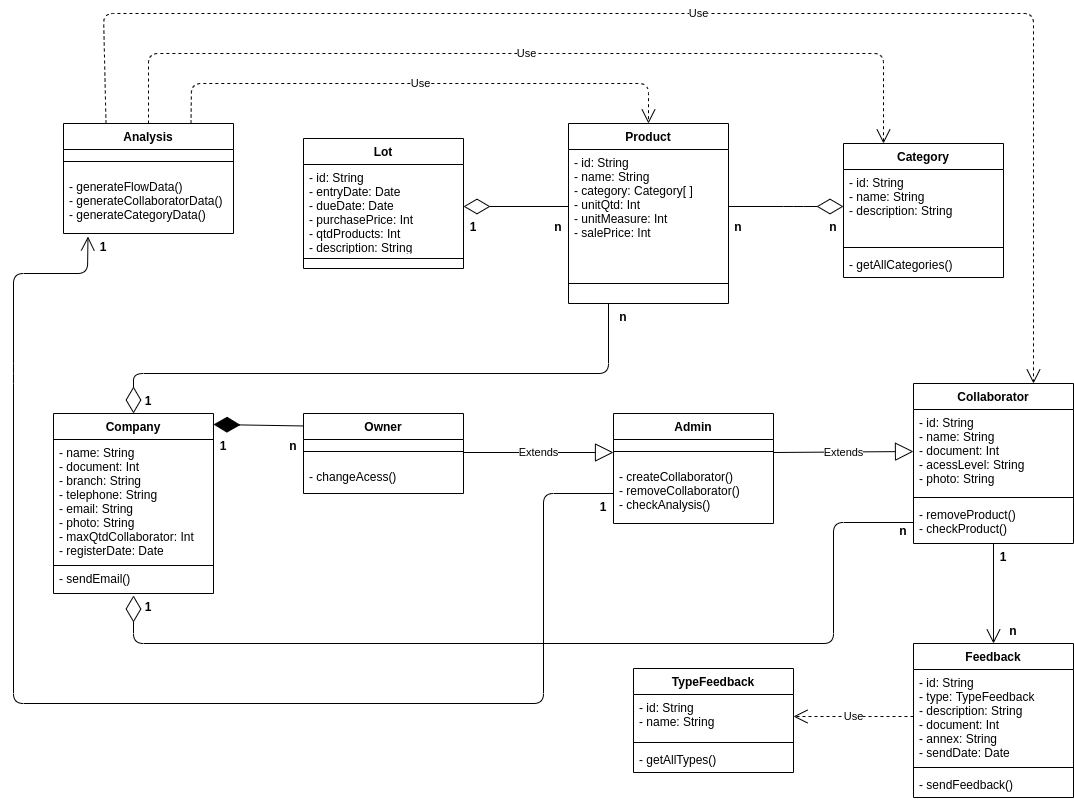
UnBArqDsw/2020.1_G12_Stock keeps this draw.io diagram as docs/assets/diagramas/DiagramaClasses.png. Above is the earlier version. Source tidied: cells renumbered, new cells last; positions are measured from the earlier drawing's top-left corner, leaving out a move shared by most shapes.
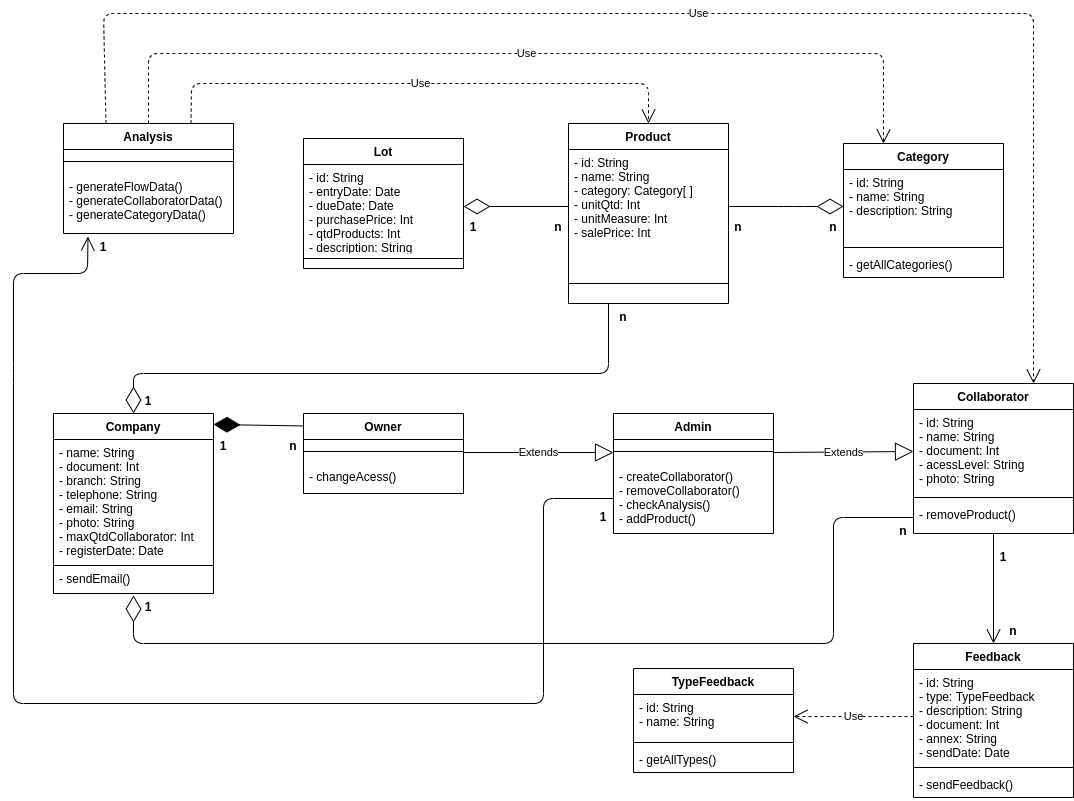
Above is the later version.

Commit message:
#85 Add pdf files of diagrams, update planning sprint 4 and omnistock

What changed in the source:
```diff
@@ -91,13 +91,13 @@
       </mxGeometry>
     </mxCell>
     <mxCell id="25" value="Admin" style="swimlane;fontStyle=1;align=center;verticalAlign=top;horizontal=1;startSize=26;strokeColor=#000000;" parent="1" vertex="1">
-      <mxGeometry x="600" y="400" width="160" height="110" as="geometry" />
+      <mxGeometry x="600" y="400" width="160" height="120" as="geometry" />
     </mxCell>
     <mxCell id="26" style="line;strokeWidth=1;fillColor=none;align=left;verticalAlign=middle;spacingTop=-1;spacingLeft=3;spacingRight=3;labelPosition=right;" parent="25" vertex="1">
       <mxGeometry y="26" width="160" height="24" as="geometry" />
     </mxCell>
-    <mxCell id="27" value="- createCollaborator()&#10;- removeCollaborator()&#10;- checkAnalysis()" style="text;strokeColor=none;fillColor=none;align=left;verticalAlign=top;spacingLeft=4;spacingRight=4;overflow=hidden;points=[[0,0.5],[1,0.5]];portConstraint=eastwest;" parent="25" vertex="1">
-      <mxGeometry y="50" width="160" height="60" as="geometry" />
+    <mxCell id="27" value="- createCollaborator()&#10;- removeCollaborator()&#10;- checkAnalysis()&#10;- addProduct()" style="text;strokeColor=none;fillColor=none;align=left;verticalAlign=top;spacingLeft=4;spacingRight=4;overflow=hidden;points=[[0,0.5],[1,0.5]];portConstraint=eastwest;" parent="25" vertex="1">
+      <mxGeometry y="50" width="160" height="70" as="geometry" />
     </mxCell>
     <mxCell id="28" style="endArrow=open;endFill=1;endSize=12;html=1;entryX=0.5;entryY=0;entryDx=0;entryDy=0;" parent="1" edge="1" source="42" target="51">
       <mxGeometry relative="1" as="geometry" />
@@ -129,7 +129,7 @@
     <mxCell id="37" style="endArrow=open;endFill=1;endSize=12;html=1;exitX=0;exitY=0.5;exitDx=0;exitDy=0;entryX=0.144;entryY=1.05;entryDx=0;entryDy=0;entryPerimeter=0;" parent="1" edge="1" source="27" target="46">
       <mxGeometry relative="1" as="geometry">
         <Array as="points">
-          <mxPoint x="530" y="480" />
+          <mxPoint x="530" y="485" />
           <mxPoint x="530" y="690" />
           <mxPoint y="690" />
           <mxPoint y="360" />
@@ -142,7 +142,7 @@
       <mxGeometry x="80" y="220" width="20" height="26" as="geometry" />
     </mxCell>
     <mxCell id="39" value="Collaborator" style="swimlane;fontStyle=1;align=center;verticalAlign=top;horizontal=1;startSize=26;strokeColor=#000000;" parent="1" vertex="1">
-      <mxGeometry x="900" y="370" width="160" height="160" as="geometry" />
+      <mxGeometry x="900" y="370" width="160" height="150" as="geometry" />
     </mxCell>
     <mxCell id="40" value="- id: String&#10;- name: String&#10;- document: Int&#10;- acessLevel: String&#10;- photo: String&#10;" style="text;strokeColor=none;fillColor=none;align=left;verticalAlign=top;spacingLeft=4;spacingRight=4;overflow=hidden;points=[[0,0.5],[1,0.5]];portConstraint=eastwest;" parent="39" vertex="1">
       <mxGeometry y="26" width="160" height="84" as="geometry" />
@@ -150,8 +150,8 @@
     <mxCell id="41" style="line;strokeWidth=1;fillColor=none;align=left;verticalAlign=middle;spacingTop=-1;spacingLeft=3;spacingRight=3;labelPosition=right;" parent="39" vertex="1">
       <mxGeometry y="110" width="160" height="8" as="geometry" />
     </mxCell>
-    <mxCell id="42" value="- removeProduct()&#10;- checkProduct()" style="text;strokeColor=none;fillColor=none;align=left;verticalAlign=top;spacingLeft=4;spacingRight=4;overflow=hidden;points=[[0,0.5],[1,0.5]];portConstraint=eastwest;fontStyle=0;" parent="39" vertex="1">
-      <mxGeometry y="118" width="160" height="42" as="geometry" />
+    <mxCell id="42" value="- removeProduct()&#10;" style="text;strokeColor=none;fillColor=none;align=left;verticalAlign=top;spacingLeft=4;spacingRight=4;overflow=hidden;points=[[0,0.5],[1,0.5]];portConstraint=eastwest;fontStyle=0;" parent="39" vertex="1">
+      <mxGeometry y="118" width="160" height="32" as="geometry" />
     </mxCell>
     <mxCell id="43" value="Use" style="endArrow=open;endSize=12;dashed=1;html=1;exitX=0.25;exitY=0;exitDx=0;exitDy=0;entryX=0.75;entryY=0;entryDx=0;entryDy=0;" parent="1" edge="1" source="44" target="39">
       <mxGeometry relative="1" as="geometry">
@@ -214,7 +214,7 @@
     <mxCell id="59" style="endArrow=diamondThin;endFill=0;endSize=24;html=1;exitX=0;exitY=0.5;exitDx=0;exitDy=0;entryX=0.5;entryY=1.071;entryDx=0;entryDy=0;entryPerimeter=0;" parent="1" edge="1" source="42" target="7">
       <mxGeometry relative="1" as="geometry">
         <Array as="points">
-          <mxPoint x="820" y="509" />
+          <mxPoint x="820" y="504" />
           <mxPoint x="820" y="630" />
           <mxPoint x="120" y="630" />
         </Array>
@@ -227,7 +227,7 @@
       <mxGeometry x="880" y="504" width="20" height="26" as="geometry" />
     </mxCell>
     <mxCell id="62" value="1" style="text;align=center;fontStyle=1;verticalAlign=middle;spacingLeft=3;spacingRight=3;strokeColor=none;" parent="1" vertex="1">
-      <mxGeometry x="580" y="480" width="20" height="26" as="geometry" />
+      <mxGeometry x="580" y="490" width="20" height="26" as="geometry" />
     </mxCell>
   </root>
 </mxGraphModel>
```
